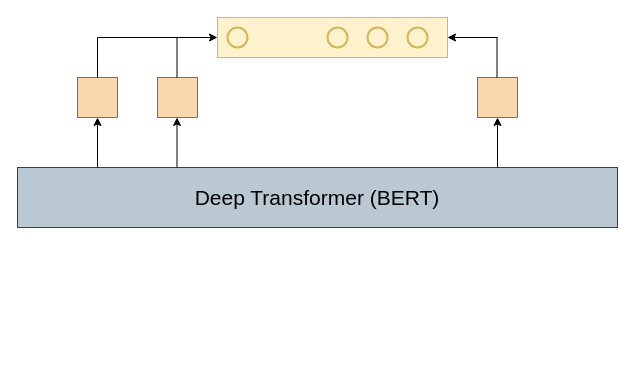
This is Untitled Diagram.drawio from rahmanmuhammad/Russo, a draw.io file, before an edit. Source tidied: cells renumbered, new cells numbered last; positions are measured from the earlier drawing's top-left corner, leaving out a move shared by most shapes. Both pictures are drawn from the tidied source at 100%, with x=0, y=0 at pixel (17, 17).
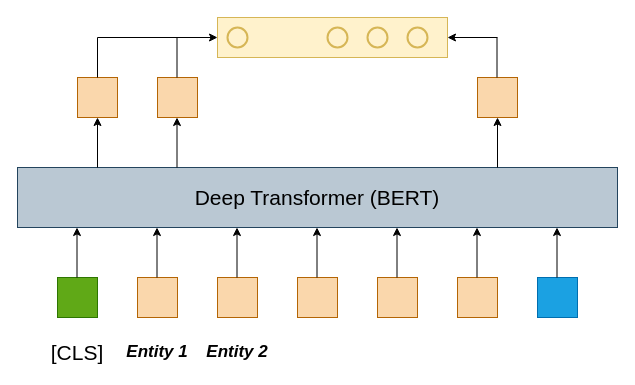
The same diagram, later.

Change to the diagram source:
```diff
@@
+    <mxCell id="19" style="whiteSpace=wrap;html=1;fontSize=21;fillColor=#60a917;strokeColor=#2D7600;fontColor=#ffffff;" parent="1" vertex="1">
+      <mxGeometry x="40" y="260" width="40" height="40" as="geometry" />
+    </mxCell>
+    <mxCell id="20" style="whiteSpace=wrap;html=1;fontSize=21;fillColor=#fad7ac;strokeColor=#b46504;" parent="1" vertex="1">
+      <mxGeometry x="120" y="260" width="40" height="40" as="geometry" />
+    </mxCell>
+    <mxCell id="21" style="whiteSpace=wrap;html=1;fontSize=21;fillColor=#fad7ac;strokeColor=#b46504;" parent="1" vertex="1">
+      <mxGeometry x="200" y="260" width="40" height="40" as="geometry" />
+    </mxCell>
+    <mxCell id="22" style="whiteSpace=wrap;html=1;fontSize=21;fillColor=#fad7ac;strokeColor=#b46504;" parent="1" vertex="1">
+      <mxGeometry x="280" y="260" width="40" height="40" as="geometry" />
+    </mxCell>
+    <mxCell id="23" style="whiteSpace=wrap;html=1;fontSize=21;fillColor=#fad7ac;strokeColor=#b46504;" parent="1" vertex="1">
+      <mxGeometry x="360" y="260" width="40" height="40" as="geometry" />
+    </mxCell>
+    <mxCell id="24" style="whiteSpace=wrap;html=1;fontSize=21;fillColor=#fad7ac;strokeColor=#b46504;" parent="1" vertex="1">
+      <mxGeometry x="440" y="260" width="40" height="40" as="geometry" />
+    </mxCell>
+    <mxCell id="25" style="whiteSpace=wrap;html=1;fontSize=21;fillColor=#1ba1e2;strokeColor=#006EAF;fontColor=#ffffff;" parent="1" vertex="1">
+      <mxGeometry x="520" y="260" width="40" height="40" as="geometry" />
+    </mxCell>
+    <mxCell id="26" style="endArrow=classic;html=1;rounded=0;fontSize=21;" parent="1" edge="1">
+      <mxGeometry relative="1" as="geometry">
+        <mxPoint x="59.5" y="260" as="sourcePoint" />
+        <mxPoint x="59.5" y="210" as="targetPoint" />
+      </mxGeometry>
+    </mxCell>
+    <mxCell id="27" style="endArrow=classic;html=1;rounded=0;fontSize=21;" parent="1" edge="1">
+      <mxGeometry relative="1" as="geometry">
+        <mxPoint x="139.5" y="260" as="sourcePoint" />
+        <mxPoint x="139.5" y="210" as="targetPoint" />
+      </mxGeometry>
+    </mxCell>
+    <mxCell id="28" style="endArrow=classic;html=1;rounded=0;fontSize=21;" parent="1" edge="1">
+      <mxGeometry relative="1" as="geometry">
+        <mxPoint x="219.5" y="260" as="sourcePoint" />
+        <mxPoint x="219.5" y="210" as="targetPoint" />
+      </mxGeometry>
+    </mxCell>
+    <mxCell id="29" style="endArrow=classic;html=1;rounded=0;fontSize=21;" parent="1" edge="1">
+      <mxGeometry relative="1" as="geometry">
+        <mxPoint x="299.5" y="260" as="sourcePoint" />
+        <mxPoint x="299.5" y="210" as="targetPoint" />
+      </mxGeometry>
+    </mxCell>
+    <mxCell id="30" style="endArrow=classic;html=1;rounded=0;fontSize=21;" parent="1" edge="1">
+      <mxGeometry relative="1" as="geometry">
+        <mxPoint x="379.5" y="260" as="sourcePoint" />
+        <mxPoint x="379.5" y="210" as="targetPoint" />
+      </mxGeometry>
+    </mxCell>
+    <mxCell id="31" style="endArrow=classic;html=1;rounded=0;fontSize=21;" parent="1" edge="1">
+      <mxGeometry relative="1" as="geometry">
+        <mxPoint x="459.5" y="260" as="sourcePoint" />
+        <mxPoint x="459.5" y="210" as="targetPoint" />
+      </mxGeometry>
+    </mxCell>
+    <mxCell id="32" style="endArrow=classic;html=1;rounded=0;fontSize=21;" parent="1" edge="1">
+      <mxGeometry relative="1" as="geometry">
+        <mxPoint x="539.5" y="260" as="sourcePoint" />
+        <mxPoint x="539.5" y="210" as="targetPoint" />
+      </mxGeometry>
+    </mxCell>
+    <mxCell id="33" value="[CLS]" style="text;html=1;strokeColor=none;fillColor=none;align=center;verticalAlign=middle;whiteSpace=wrap;rounded=0;fontSize=21;" parent="1" vertex="1">
+      <mxGeometry x="30" y="320" width="60" height="30" as="geometry" />
+    </mxCell>
+    <mxCell id="34" value="Entity 1" style="text;html=1;strokeColor=none;fillColor=none;align=center;verticalAlign=middle;whiteSpace=wrap;rounded=0;fontSize=17;fontStyle=3;" parent="1" vertex="1">
+      <mxGeometry x="105" y="320" width="70" height="30" as="geometry" />
+    </mxCell>
+    <mxCell id="35" value="Entity 2" style="text;html=1;strokeColor=none;fillColor=none;align=center;verticalAlign=middle;whiteSpace=wrap;rounded=0;fontSize=17;fontStyle=3;" parent="1" vertex="1">
+      <mxGeometry x="185" y="320" width="70" height="30" as="geometry" />
+    </mxCell>
```
